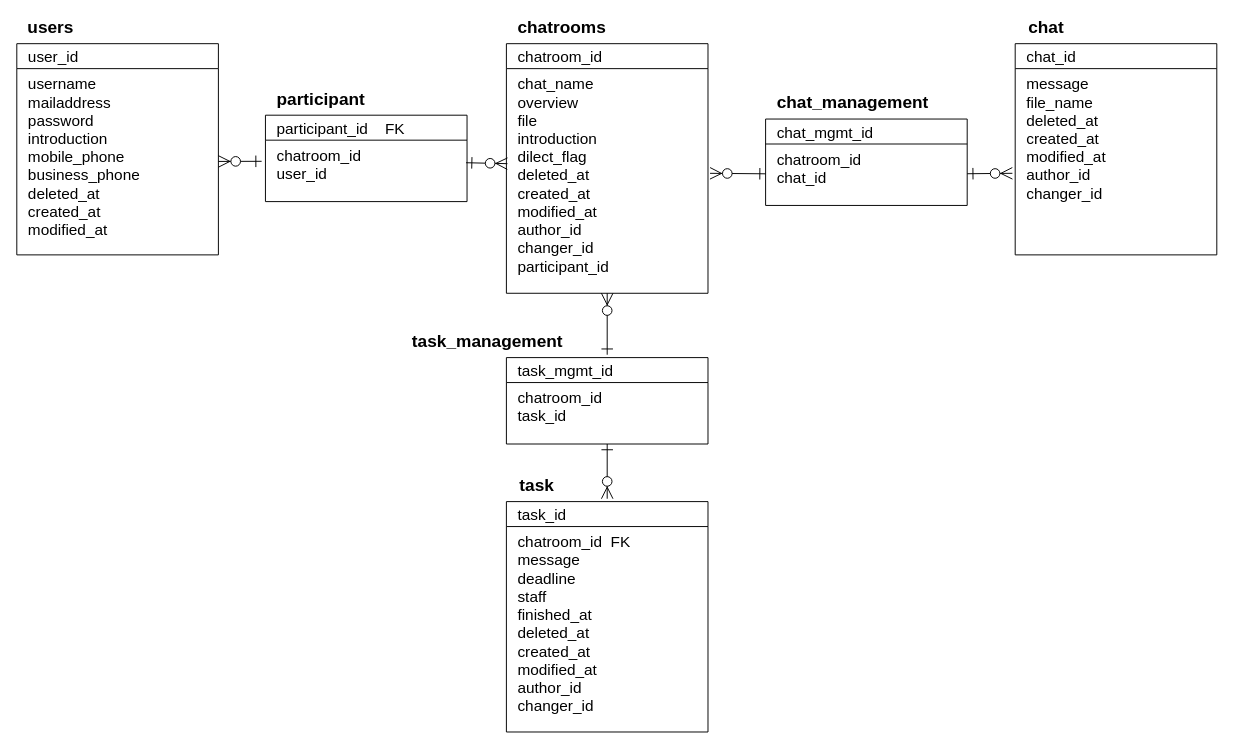
Before: db/db-challenge1/er.dio in takazumik/quelcode-db, a draw.io diagram. Source tidied: cells renumbered, new cells numbered last; positions are measured from the earlier drawing's top-left corner, leaving out a move shared by most shapes. Both pictures are drawn from the tidied source at 96%, with x=0, y=0 at pixel (16, 17).
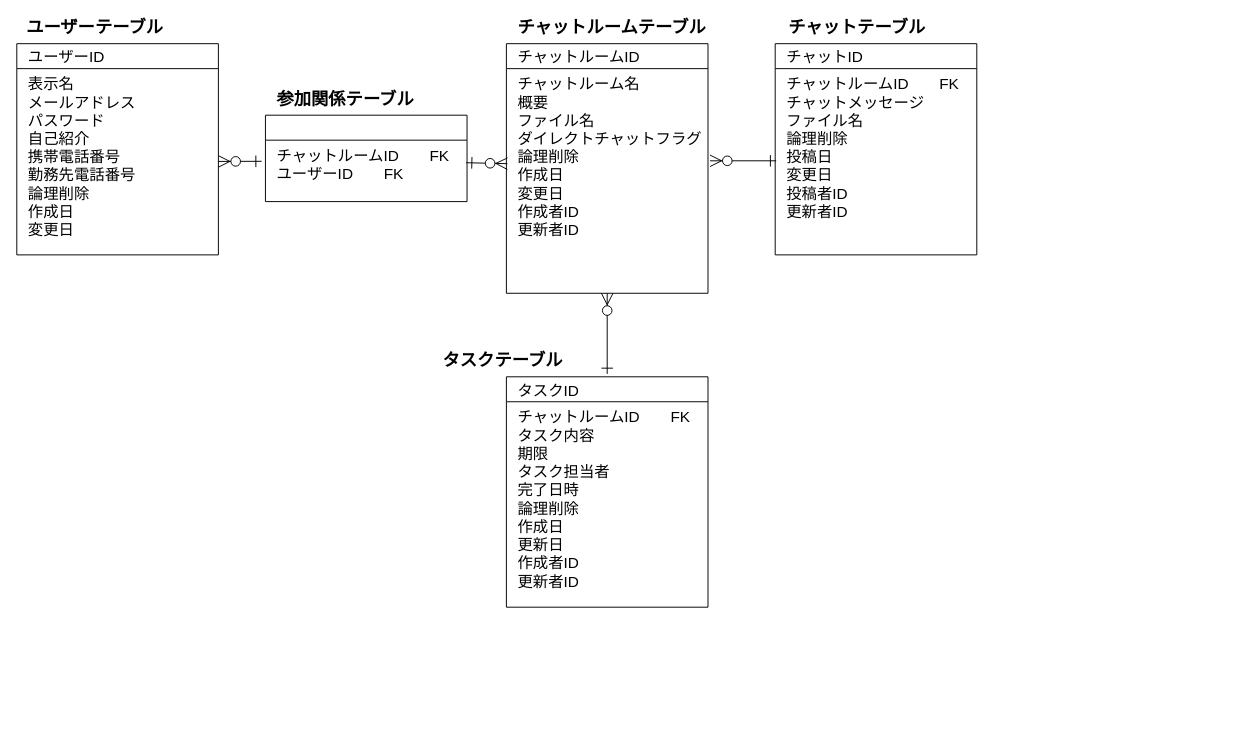
The same page after the edit.

Commit message (it also covers changes not shown here):
ER図の作成し直し

Diff of the diagram source:
```diff
@@
-    <mxCell id="2" value="user_id" style="swimlane;fontStyle=0;horizontal=1;startSize=26;fillColor=none;align=left;perimeterSpacing=3;spacingLeft=10;fontSize=16;" parent="1" vertex="1">
+    <mxCell id="2" value="ユーザーID" style="swimlane;fontStyle=0;horizontal=1;startSize=26;fillColor=none;align=left;perimeterSpacing=3;spacingLeft=10;fontSize=16;" parent="1" vertex="1">
       <mxGeometry y="27" width="210" height="220" as="geometry" />
     </mxCell>
-    <mxCell id="3" value="username&#10;mailaddress&#10;password&#10;introduction&#10;mobile_phone&#10;business_phone&#10;deleted_at&#10;created_at&#10;modified_at&#10;" style="text;strokeColor=none;fillColor=none;align=left;verticalAlign=top;spacingLeft=10;spacingRight=4;overflow=hidden;points=[[0,0.5],[1,0.5]];portConstraint=eastwest;fontSize=16;" parent="2" vertex="1">
+    <mxCell id="3" value="表示名&#10;メールアドレス&#10;パスワード&#10;自己紹介&#10;携帯電話番号&#10;勤務先電話番号&#10;論理削除&#10;作成日&#10;変更日&#10;" style="text;strokeColor=none;fillColor=none;align=left;verticalAlign=top;spacingLeft=10;spacingRight=4;overflow=hidden;points=[[0,0.5],[1,0.5]];portConstraint=eastwest;fontSize=16;" parent="2" vertex="1">
       <mxGeometry y="26" width="210" height="194" as="geometry" />
     </mxCell>
-    <mxCell id="4" value="&lt;b&gt;&lt;font style=&quot;font-size: 18px&quot;&gt;users&lt;/font&gt;&lt;/b&gt;" style="text;html=1;align=center;verticalAlign=middle;" parent="1" vertex="1">
-      <mxGeometry x="5" width="60" height="20" as="geometry" />
+    <mxCell id="4" value="&lt;b&gt;&lt;font style=&quot;font-size: 18px&quot;&gt;ユーザーテーブル&lt;/font&gt;&lt;/b&gt;" style="text;html=1;align=center;verticalAlign=middle;" parent="1" vertex="1">
+      <mxGeometry x="1" width="160" height="20" as="geometry" />
     </mxCell>
-    <mxCell id="5" value="&lt;b&gt;&lt;font style=&quot;font-size: 18px&quot;&gt;chatrooms&lt;/font&gt;&lt;/b&gt;" style="text;html=1;align=left;verticalAlign=middle;" parent="1" vertex="1">
-      <mxGeometry x="520" width="110" height="20" as="geometry" />
+    <mxCell id="5" value="&lt;b&gt;&lt;font style=&quot;font-size: 18px&quot;&gt;チャットルームテーブル&lt;/font&gt;&lt;/b&gt;" style="text;html=1;align=left;verticalAlign=middle;" parent="1" vertex="1">
+      <mxGeometry x="520" width="210" height="20" as="geometry" />
     </mxCell>
-    <mxCell id="6" value="&lt;b&gt;&lt;font style=&quot;font-size: 18px&quot;&gt;chat&lt;br&gt;&lt;/font&gt;&lt;/b&gt;" style="text;html=1;align=left;verticalAlign=middle;" parent="1" vertex="1">
-      <mxGeometry x="1052" width="50" height="20" as="geometry" />
+    <mxCell id="6" value="&lt;b&gt;&lt;font style=&quot;font-size: 18px&quot;&gt;チャットテーブル&lt;br&gt;&lt;/font&gt;&lt;/b&gt;" style="text;html=1;align=left;verticalAlign=middle;" parent="1" vertex="1">
+      <mxGeometry x="802" width="160" height="20" as="geometry" />
     </mxCell>
-    <mxCell id="7" value="&lt;span style=&quot;font-size: 18px&quot;&gt;&lt;b&gt;participant&lt;/b&gt;&lt;/span&gt;" style="text;html=1;align=left;verticalAlign=middle;" parent="1" vertex="1">
-      <mxGeometry x="269" y="74.5" width="110" height="20" as="geometry" />
+    <mxCell id="7" value="&lt;span style=&quot;font-size: 18px&quot;&gt;&lt;b&gt;参加関係テーブル&lt;/b&gt;&lt;/span&gt;" style="text;html=1;align=left;verticalAlign=middle;" parent="1" vertex="1">
+      <mxGeometry x="269" y="74.5" width="160" height="20" as="geometry" />
     </mxCell>
-    <mxCell id="8" value="&lt;b&gt;&lt;font style=&quot;font-size: 18px&quot;&gt;task&lt;br&gt;&lt;/font&gt;&lt;/b&gt;" style="text;html=1;align=left;verticalAlign=middle;" parent="1" vertex="1">
-      <mxGeometry x="522" y="477" width="50" height="20" as="geometry" />
+    <mxCell id="8" value="&lt;b&gt;&lt;font style=&quot;font-size: 18px&quot;&gt;タスクテーブル&lt;br&gt;&lt;/font&gt;&lt;/b&gt;" style="text;html=1;align=left;verticalAlign=middle;" parent="1" vertex="1">
+      <mxGeometry x="442" y="347" width="140" height="20" as="geometry" />
     </mxCell>
@@
-    <mxCell id="10" value="participant_id    FK" style="swimlane;fontStyle=0;horizontal=1;startSize=26;fillColor=none;align=left;perimeterSpacing=3;spacingLeft=10;fontSize=16;" parent="1" vertex="1">
+    <mxCell id="10" style="swimlane;fontStyle=0;horizontal=1;startSize=26;fillColor=none;align=left;perimeterSpacing=3;spacingLeft=10;fontSize=16;" parent="1" vertex="1">
       <mxGeometry x="259" y="101.5" width="210" height="90" as="geometry" />
     </mxCell>
-    <mxCell id="11" value="chatroom_id&#10;user_id&#10;" style="text;strokeColor=none;fillColor=none;align=left;verticalAlign=top;spacingLeft=10;spacingRight=4;overflow=hidden;points=[[0,0.5],[1,0.5]];portConstraint=eastwest;fontSize=16;" parent="10" vertex="1">
+    <mxCell id="11" value="チャットルームID　　FK&#10;ユーザーID　　FK" style="text;strokeColor=none;fillColor=none;align=left;verticalAlign=top;spacingLeft=10;spacingRight=4;overflow=hidden;points=[[0,0.5],[1,0.5]];portConstraint=eastwest;fontSize=16;" parent="10" vertex="1">
       <mxGeometry y="26" width="210" height="64" as="geometry" />
     </mxCell>
-    <mxCell id="12" value="chatroom_id" style="swimlane;fontStyle=0;horizontal=1;startSize=26;fillColor=none;align=left;perimeterSpacing=3;spacingLeft=10;fontSize=16;" parent="1" vertex="1">
+    <mxCell id="12" value="チャットルームID" style="swimlane;fontStyle=0;horizontal=1;startSize=26;fillColor=none;align=left;perimeterSpacing=3;spacingLeft=10;fontSize=16;" parent="1" vertex="1">
       <mxGeometry x="510" y="27" width="210" height="260" as="geometry" />
     </mxCell>
-    <mxCell id="13" value="chat_name&#10;overview&#10;file&#10;introduction&#10;dilect_flag&#10;deleted_at&#10;created_at&#10;modified_at&#10;author_id&#10;changer_id&#10;participant_id" style="text;strokeColor=none;fillColor=none;align=left;verticalAlign=top;spacingLeft=10;spacingRight=4;overflow=hidden;points=[[0,0.5],[1,0.5]];portConstraint=eastwest;fontSize=16;" parent="12" vertex="1">
+    <mxCell id="13" value="チャットルーム名&#10;概要&#10;ファイル名&#10;ダイレクトチャットフラグ&#10;論理削除&#10;作成日&#10;変更日&#10;作成者ID&#10;更新者ID&#10;" style="text;strokeColor=none;fillColor=none;align=left;verticalAlign=top;spacingLeft=10;spacingRight=4;overflow=hidden;points=[[0,0.5],[1,0.5]];portConstraint=eastwest;fontSize=16;" parent="12" vertex="1">
       <mxGeometry y="26" width="210" height="234" as="geometry" />
     </mxCell>
@@
-    <mxCell id="15" value="task_id" style="swimlane;fontStyle=0;horizontal=1;startSize=26;fillColor=none;align=left;perimeterSpacing=3;spacingLeft=10;fontSize=16;" parent="1" vertex="1">
-      <mxGeometry x="510" y="504" width="210" height="240" as="geometry" />
+    <mxCell id="15" value="タスクID" style="swimlane;fontStyle=0;horizontal=1;startSize=26;fillColor=none;align=left;perimeterSpacing=3;spacingLeft=10;fontSize=16;" parent="1" vertex="1">
+      <mxGeometry x="510" y="374" width="210" height="240" as="geometry" />
     </mxCell>
-    <mxCell id="16" value="chatroom_id  FK&#10;message&#10;deadline&#10;staff&#10;finished_at&#10;deleted_at&#10;created_at&#10;modified_at&#10;author_id&#10;changer_id" style="text;strokeColor=none;fillColor=none;align=left;verticalAlign=top;spacingLeft=10;spacingRight=4;overflow=hidden;fontSize=16;" parent="15" vertex="1">
+    <mxCell id="16" value="チャットルームID　　FK&#10;タスク内容&#10;期限&#10;タスク担当者&#10;完了日時&#10;論理削除&#10;作成日&#10;更新日&#10;作成者ID&#10;更新者ID" style="text;strokeColor=none;fillColor=none;align=left;verticalAlign=top;spacingLeft=10;spacingRight=4;overflow=hidden;fontSize=16;" parent="15" vertex="1">
       <mxGeometry y="26" width="210" height="214" as="geometry" />
     </mxCell>
-    <mxCell id="17" value="chat_id" style="swimlane;fontStyle=0;horizontal=1;startSize=26;fillColor=none;align=left;perimeterSpacing=3;spacingLeft=10;fontSize=16;" parent="1" vertex="1">
-      <mxGeometry x="1040" y="27" width="210" height="220" as="geometry" />
+    <mxCell id="17" value="チャットID" style="swimlane;fontStyle=0;horizontal=1;startSize=26;fillColor=none;align=left;perimeterSpacing=3;spacingLeft=10;fontSize=16;" parent="1" vertex="1">
+      <mxGeometry x="790" y="27" width="210" height="220" as="geometry" />
     </mxCell>
-    <mxCell id="18" value="message&#10;file_name&#10;deleted_at&#10;created_at&#10;modified_at&#10;author_id&#10;changer_id" style="text;strokeColor=none;fillColor=none;align=left;verticalAlign=top;spacingLeft=10;spacingRight=4;overflow=hidden;points=[[0,0.5],[1,0.5]];portConstraint=eastwest;fontSize=16;" parent="17" vertex="1">
+    <mxCell id="18" value="チャットルームID　　FK&#10;チャットメッセージ&#10;ファイル名&#10;論理削除&#10;投稿日&#10;変更日&#10;投稿者ID&#10;更新者ID" style="text;strokeColor=none;fillColor=none;align=left;verticalAlign=top;spacingLeft=10;spacingRight=4;overflow=hidden;points=[[0,0.5],[1,0.5]];portConstraint=eastwest;fontSize=16;" parent="17" vertex="1">
       <mxGeometry y="26" width="210" height="194" as="geometry" />
     </mxCell>
-    <mxCell id="19" value="&lt;span style=&quot;font-size: 18px&quot;&gt;&lt;b&gt;task_management&lt;br&gt;&lt;/b&gt;&lt;/span&gt;" style="text;html=1;align=left;verticalAlign=middle;" parent="1" vertex="1">
-      <mxGeometry x="410" y="327" width="170" height="20" as="geometry" />
-    </mxCell>
-    <mxCell id="20" value="task_mgmt_id" style="swimlane;fontStyle=0;horizontal=1;startSize=26;fillColor=none;align=left;perimeterSpacing=3;spacingLeft=10;fontSize=16;" parent="1" vertex="1">
-      <mxGeometry x="510" y="354" width="210" height="90" as="geometry" />
-    </mxCell>
-    <mxCell id="21" value="chatroom_id&#10;task_id&#10;" style="text;strokeColor=none;fillColor=none;align=left;verticalAlign=top;spacingLeft=10;spacingRight=4;overflow=hidden;points=[[0,0.5],[1,0.5]];portConstraint=eastwest;fontSize=16;" parent="20" vertex="1">
-      <mxGeometry y="26" width="210" height="64" as="geometry" />
-    </mxCell>
-    <mxCell id="22" style="edgeStyle=none;rounded=0;jettySize=auto;html=1;entryX=0.5;entryY=0;entryDx=0;entryDy=0;startArrow=ERzeroToMany;startFill=1;startSize=10;endArrow=ERone;endFill=0;endSize=10;" parent="1" edge="1" source="13" target="20">
+    <mxCell id="22" style="edgeStyle=none;rounded=0;jettySize=auto;html=1;entryX=0.5;entryY=0;entryDx=0;entryDy=0;startArrow=ERzeroToMany;startFill=1;startSize=10;endArrow=ERone;endFill=0;endSize=10;" parent="1" edge="1" source="13" target="15">
       <mxGeometry relative="1" as="geometry" />
     </mxCell>
-    <mxCell id="23" style="edgeStyle=none;rounded=0;jettySize=auto;html=1;startArrow=ERone;startFill=0;startSize=10;endArrow=ERzeroToMany;endFill=1;endSize=10;" parent="1" edge="1" source="21" target="15">
-      <mxGeometry relative="1" as="geometry" />
-    </mxCell>
-    <mxCell id="24" value="&lt;span style=&quot;font-size: 18px&quot;&gt;&lt;b&gt;chat_management&lt;/b&gt;&lt;/span&gt;" style="text;html=1;align=left;verticalAlign=middle;" parent="1" vertex="1">
-      <mxGeometry x="790" y="78.5" width="170" height="20" as="geometry" />
-    </mxCell>
-    <mxCell id="25" value="chat_mgmt_id" style="swimlane;fontStyle=0;horizontal=1;startSize=26;fillColor=none;align=left;perimeterSpacing=3;spacingLeft=10;fontSize=16;" parent="1" vertex="1">
-      <mxGeometry x="780" y="105.5" width="210" height="90" as="geometry" />
-    </mxCell>
-    <mxCell id="26" value="chatroom_id&#10;chat_id&#10;" style="text;strokeColor=none;fillColor=none;align=left;verticalAlign=top;spacingLeft=10;spacingRight=4;overflow=hidden;points=[[0,0.5],[1,0.5]];portConstraint=eastwest;fontSize=16;" parent="25" vertex="1">
-      <mxGeometry y="26" width="210" height="64" as="geometry" />
-    </mxCell>
-    <mxCell id="27" style="edgeStyle=none;rounded=0;jettySize=auto;html=1;entryX=1.01;entryY=0.466;entryDx=0;entryDy=0;entryPerimeter=0;startArrow=ERone;startFill=0;startSize=10;endArrow=ERzeroToMany;endFill=1;endSize=10;" parent="1" edge="1" source="26" target="13">
-      <mxGeometry relative="1" as="geometry" />
+    <mxCell id="27" style="edgeStyle=none;rounded=0;orthogonalLoop=1;jettySize=auto;html=1;entryX=1.01;entryY=0.466;entryDx=0;entryDy=0;entryPerimeter=0;startArrow=ERone;startFill=0;startSize=10;endArrow=ERzeroToMany;endFill=1;endSize=10;exitX=0.005;exitY=0.562;exitDx=0;exitDy=0;exitPerimeter=0;" parent="1" edge="1">
+      <mxGeometry relative="1" as="geometry">
+        <mxPoint x="791" y="149" as="sourcePoint" />
+        <mxPoint x="722.1" y="149" as="targetPoint" />
+      </mxGeometry>
     </mxCell>
-    <mxCell id="28" style="edgeStyle=none;rounded=0;jettySize=auto;html=1;entryX=-0.014;entryY=0.562;entryDx=0;entryDy=0;entryPerimeter=0;startArrow=ERone;startFill=0;startSize=10;endArrow=ERzeroToMany;endFill=1;endSize=10;" parent="1" edge="1" source="26" target="18">
-      <mxGeometry relative="1" as="geometry" />
-    </mxCell>
```
